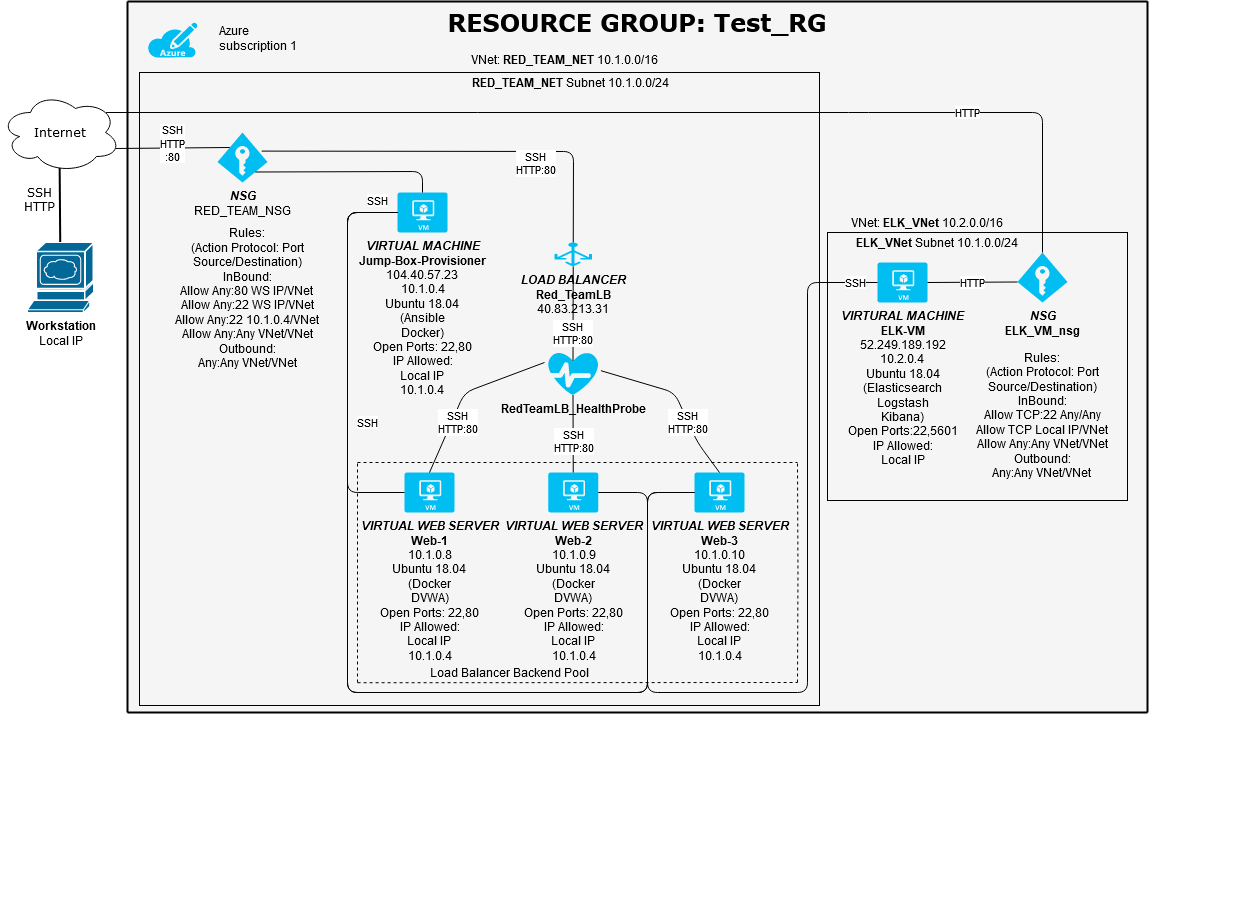
jjpospichal/Joseph-Pospichal-Project-1 keeps this draw.io diagram as Images/Project_1_Network_Diagram.png. Above is the earlier version. Source tidied: cells renumbered, new cells last; positions are measured from the earlier drawing's top-left corner, leaving out a move shared by most shapes.
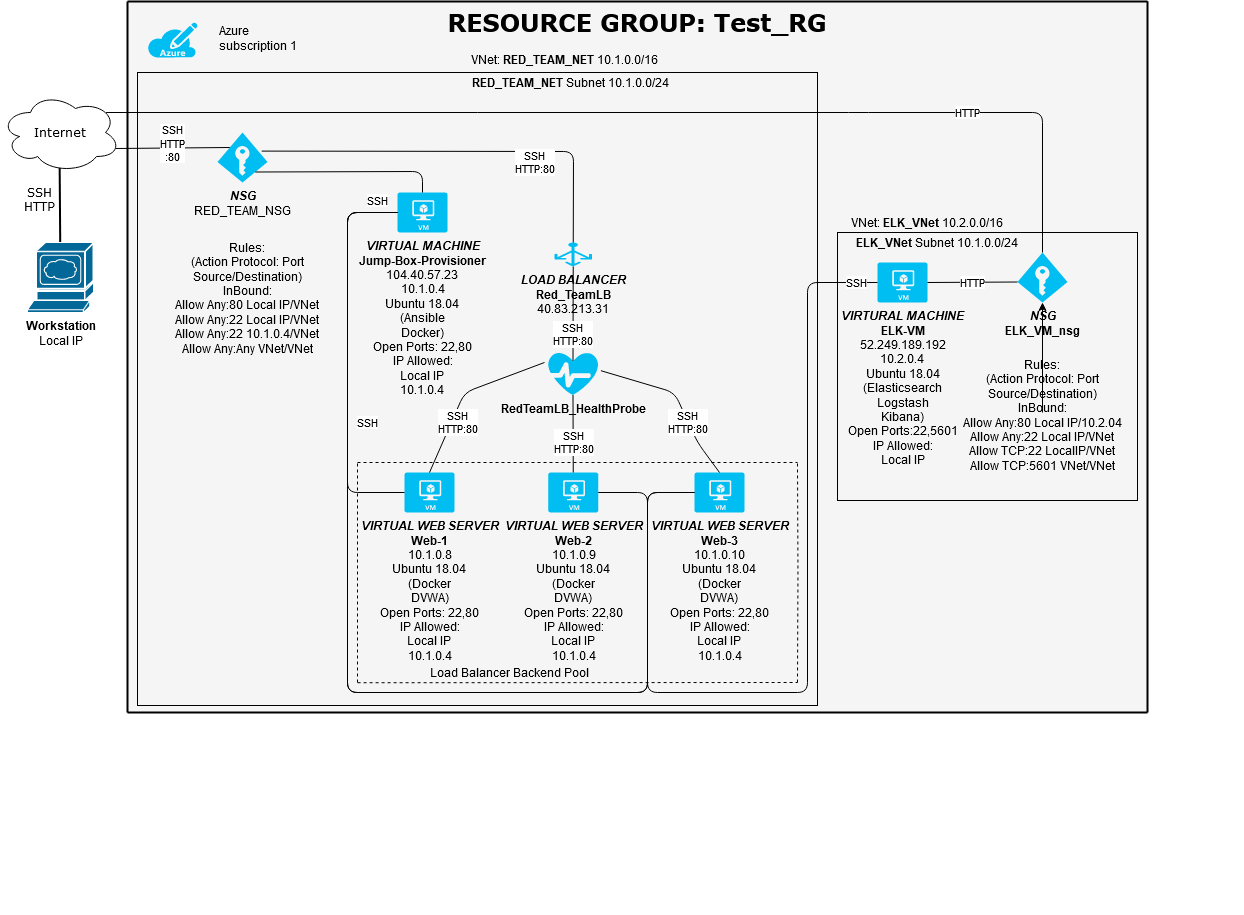
Above is the later version.

Change to the diagram source:
```diff
@@ -345,7 +345,10 @@
         </Array>
       </mxGeometry>
     </mxCell>
+    <mxCell id="85" style="edgeStyle=orthogonalEdgeStyle;rounded=0;jettySize=auto;html=1;" parent="1" edge="1" source="74" target="67">
+      <mxGeometry relative="1" as="geometry" />
+    </mxCell>
-    <mxCell id="74" value="&lt;div&gt;Rules:&lt;/div&gt;&lt;div&gt;(Action Protocol: Port Source/Destination)&lt;/div&gt;&lt;div&gt;InBound:&lt;/div&gt;&lt;div&gt;Allow TCP:22 Any/Any&lt;/div&gt;&lt;div&gt;Allow TCP Local IP/VNet&lt;/div&gt;&lt;div&gt;Allow Any:Any VNet/VNet&lt;/div&gt;&lt;div&gt;Outbound:&lt;/div&gt;&lt;div&gt;Any:Any VNet/VNet&lt;br&gt;&lt;/div&gt;&lt;div&gt;&lt;br&gt;&lt;/div&gt;" style="text;html=1;strokeColor=none;fillColor=none;align=center;verticalAlign=middle;whiteSpace=wrap;rounded=0;" parent="1" vertex="1">
+    <mxCell id="74" value="&lt;div&gt;Rules:&lt;/div&gt;&lt;div&gt;(Action Protocol: Port Source/Destination)&lt;/div&gt;&lt;div&gt;InBound:&lt;/div&gt;&lt;div&gt;Allow Any:80 Local IP/10.2.04&lt;/div&gt;&lt;div&gt;Allow Any:22 Local IP/VNet&lt;/div&gt;&lt;div&gt;Allow TCP:22 LocalIP/VNet&lt;br&gt;&lt;/div&gt;&lt;div&gt;Allow TCP:5601 VNet/VNet&lt;/div&gt;&lt;div&gt;&lt;br&gt;&lt;/div&gt;" style="text;html=1;strokeColor=none;fillColor=none;align=center;verticalAlign=middle;whiteSpace=wrap;rounded=0;" parent="1" vertex="1">
       <mxGeometry x="957" y="411" width="170" height="20" as="geometry" />
     </mxCell>
     <mxCell id="75" style="edgeStyle=orthogonalEdgeStyle;rounded=0;jumpSize=3;orthogonalLoop=1;jettySize=auto;html=1;exitX=0.5;exitY=1;exitDx=0;exitDy=0;startSize=3;endSize=3;" parent="1" edge="1" source="74" target="74">
@@ -390,14 +393,14 @@
     <mxCell id="81" value="Load Balancer Backend Pool" style="text;html=1;strokeColor=none;fillColor=none;align=center;verticalAlign=middle;whiteSpace=wrap;rounded=0;dashed=1;" parent="1" vertex="1">
       <mxGeometry x="424" y="661" width="170" height="20" as="geometry" />
     </mxCell>
-    <mxCell id="82" value="&lt;div&gt;Rules:&lt;/div&gt;&lt;div&gt;(Action Protocol: Port Source/Destination)&lt;/div&gt;&lt;div&gt;InBound:&lt;/div&gt;&lt;div&gt;Allow Any:80 WS IP/VNet&lt;br&gt;&lt;/div&gt;&lt;div&gt;Allow Any:22 WS IP/VNet&lt;/div&gt;&lt;div&gt;Allow Any:22 10.1.0.4/VNet&lt;br&gt;&lt;/div&gt;&lt;div&gt;Allow Any:Any VNet/VNet&lt;/div&gt;&lt;div&gt;Outbound:&lt;/div&gt;&lt;div&gt;Any:Any VNet/VNet&lt;/div&gt;&lt;div&gt;&lt;br&gt;&lt;/div&gt;&lt;div&gt;&lt;br&gt;&lt;/div&gt;" style="text;html=1;strokeColor=none;fillColor=none;align=center;verticalAlign=middle;whiteSpace=wrap;rounded=0;" parent="1" vertex="1">
+    <mxCell id="82" value="&lt;div&gt;Rules:&lt;/div&gt;&lt;div&gt;(Action Protocol: Port Source/Destination)&lt;/div&gt;&lt;div&gt;InBound:&lt;/div&gt;&lt;div&gt;Allow Any:80 LocaI IP/VNet&lt;br&gt;&lt;/div&gt;&lt;div&gt;Allow Any:22 Local IP/VNet&lt;/div&gt;&lt;div&gt;Allow Any:22 10.1.0.4/VNet&lt;br&gt;&lt;/div&gt;&lt;div&gt;Allow Any:Any VNet/VNet&lt;/div&gt;&lt;div&gt;&lt;br&gt;&lt;/div&gt;&lt;div&gt;&lt;br&gt;&lt;/div&gt;" style="text;html=1;strokeColor=none;fillColor=none;align=center;verticalAlign=middle;whiteSpace=wrap;rounded=0;" parent="1" vertex="1">
       <mxGeometry x="147" y="301" width="200" height="20" as="geometry" />
     </mxCell>
     <mxCell id="83" style="rounded=0;whiteSpace=wrap;html=1;fillColor=none;" parent="1" vertex="1">
-      <mxGeometry x="139" y="71" width="680" height="633" as="geometry" />
+      <mxGeometry x="137" y="71" width="680" height="633" as="geometry" />
     </mxCell>
     <mxCell id="84" style="rounded=0;whiteSpace=wrap;html=1;fillColor=none;" parent="1" vertex="1">
-      <mxGeometry x="827" y="231" width="300" height="268" as="geometry" />
+      <mxGeometry x="837" y="231" width="300" height="268" as="geometry" />
     </mxCell>
   </root>
 </mxGraphModel>
```
